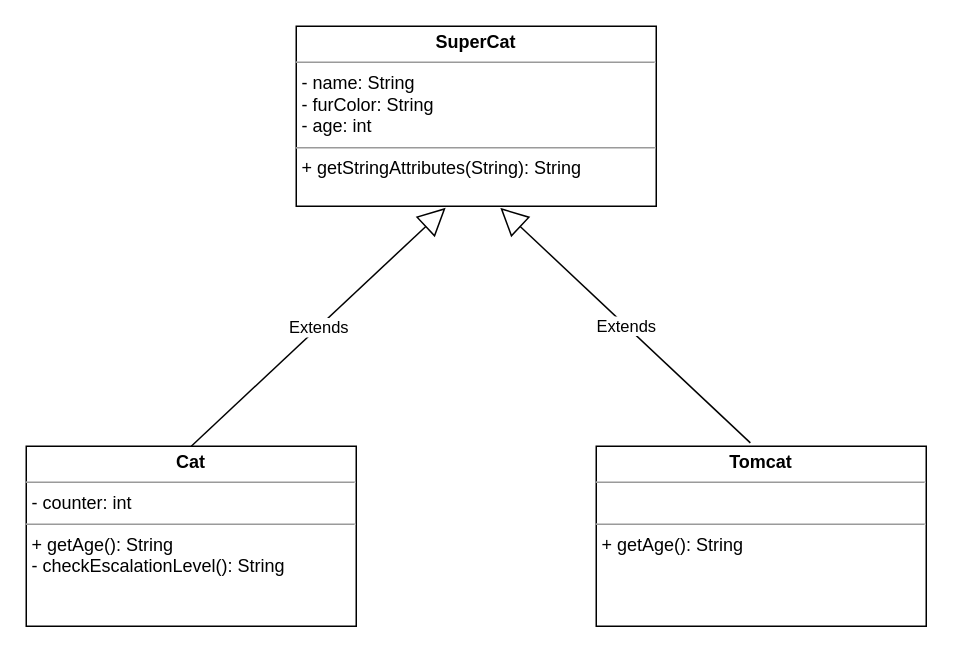
The draw.io diagram page "Cat_Tomcat_1" (4 of 6) of cat.drawio in XX3-OOP-archive/03a_Inheritance, before the edit. Source tidied: cells renumbered, new cells numbered last; positions are measured from the earlier drawing's top-left corner, leaving out a move shared by most shapes. Both pictures are drawn from the tidied source at 150%, with x=0, y=0 at pixel (26, 26).
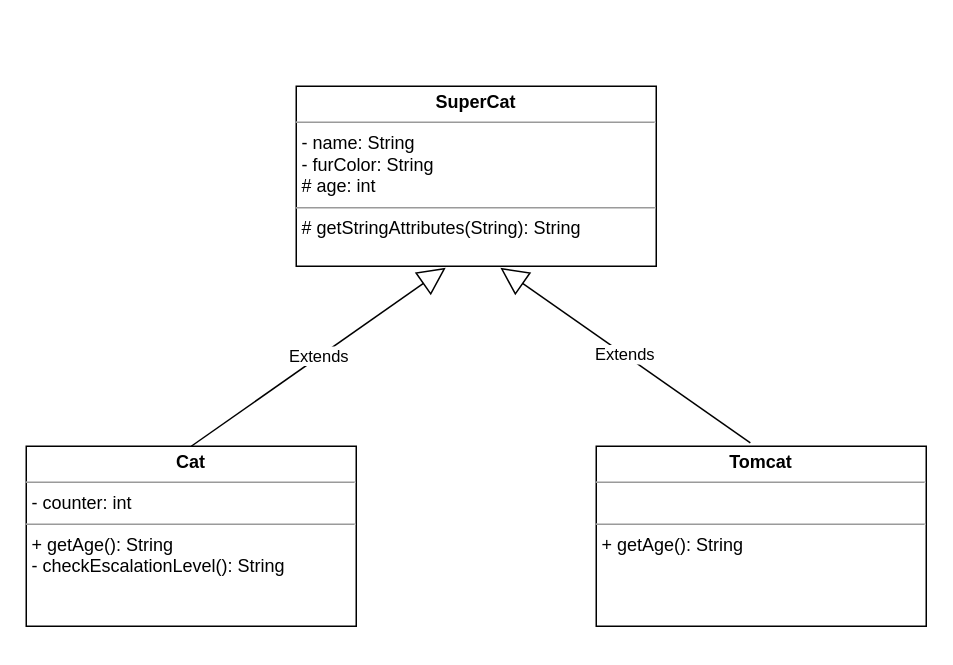
After the change.

Commit message (it also covers changes not shown here):
Cat / TonCat / SuperCat

Change to the diagram source:
```diff
@@
 <mxGraphModel>
   <root>
     <mxCell id="0" />
     <mxCell id="1" parent="0" />
     <mxCell id="2" value="&lt;p style=&quot;margin: 0px ; margin-top: 4px ; text-align: center&quot;&gt;&lt;b&gt;Cat&lt;/b&gt;&lt;/p&gt;&lt;hr size=&quot;1&quot;&gt;&lt;p style=&quot;margin: 0px ; margin-left: 4px&quot;&gt;&lt;span&gt;- counter: int&lt;/span&gt;&lt;br&gt;&lt;/p&gt;&lt;hr size=&quot;1&quot;&gt;&lt;p style=&quot;margin: 0px ; margin-left: 4px&quot;&gt;&lt;span&gt;+ getAge(): String&lt;/span&gt;&lt;br&gt;&lt;/p&gt;&lt;p style=&quot;margin: 0px ; margin-left: 4px&quot;&gt;&lt;span&gt;- checkEscalationLevel(): String&lt;/span&gt;&lt;br&gt;&lt;/p&gt;" style="verticalAlign=top;align=left;overflow=fill;fontSize=12;fontFamily=Helvetica;html=1;" parent="1" vertex="1">
       <mxGeometry y="280" width="220" height="120" as="geometry" />
     </mxCell>
     <mxCell id="3" style="edgeStyle=orthogonalEdgeStyle;rounded=0;orthogonalLoop=1;jettySize=auto;html=1;exitX=0.5;exitY=1;exitDx=0;exitDy=0;" parent="1" edge="1" source="2" target="2">
       <mxGeometry relative="1" as="geometry" />
     </mxCell>
     <mxCell id="4" value="&lt;p style=&quot;margin: 0px ; margin-top: 4px ; text-align: center&quot;&gt;&lt;b&gt;Tomcat&lt;/b&gt;&lt;/p&gt;&lt;hr size=&quot;1&quot;&gt;&lt;p style=&quot;margin: 0px ; margin-left: 4px&quot;&gt;&lt;br&gt;&lt;/p&gt;&lt;hr size=&quot;1&quot;&gt;&lt;p style=&quot;margin: 0px ; margin-left: 4px&quot;&gt;&lt;span&gt;+ getAge(): String&lt;/span&gt;&lt;br&gt;&lt;/p&gt;&lt;p style=&quot;margin: 0px ; margin-left: 4px&quot;&gt;&lt;br&gt;&lt;/p&gt;&lt;p style=&quot;margin: 0px ; margin-left: 4px&quot;&gt;&lt;br&gt;&lt;/p&gt;" style="verticalAlign=top;align=left;overflow=fill;fontSize=12;fontFamily=Helvetica;html=1;" parent="1" vertex="1">
       <mxGeometry x="380" y="280" width="220" height="120" as="geometry" />
     </mxCell>
-    <mxCell id="5" value="&lt;p style=&quot;margin: 0px ; margin-top: 4px ; text-align: center&quot;&gt;&lt;b&gt;SuperCat&lt;/b&gt;&lt;/p&gt;&lt;hr size=&quot;1&quot;&gt;&lt;p style=&quot;margin: 0px ; margin-left: 4px&quot;&gt;- name: String&lt;/p&gt;&lt;p style=&quot;margin: 0px ; margin-left: 4px&quot;&gt;- furColor: String&lt;br&gt;&lt;/p&gt;&lt;p style=&quot;margin: 0px ; margin-left: 4px&quot;&gt;- age: int&lt;/p&gt;&lt;hr size=&quot;1&quot;&gt;&lt;p style=&quot;margin: 0px ; margin-left: 4px&quot;&gt;&lt;span&gt;+ getStringAttributes(String): String&lt;/span&gt;&lt;br&gt;&lt;/p&gt;&lt;p style=&quot;margin: 0px ; margin-left: 4px&quot;&gt;&lt;br&gt;&lt;/p&gt;" style="verticalAlign=top;align=left;overflow=fill;fontSize=12;fontFamily=Helvetica;html=1;" parent="1" vertex="1">
-      <mxGeometry x="180" width="240" height="120" as="geometry" />
+    <mxCell id="5" value="&lt;p style=&quot;margin: 0px ; margin-top: 4px ; text-align: center&quot;&gt;&lt;b&gt;SuperCat&lt;/b&gt;&lt;/p&gt;&lt;hr size=&quot;1&quot;&gt;&lt;p style=&quot;margin: 0px ; margin-left: 4px&quot;&gt;- name: String&lt;/p&gt;&lt;p style=&quot;margin: 0px ; margin-left: 4px&quot;&gt;- furColor: String&lt;br&gt;&lt;/p&gt;&lt;p style=&quot;margin: 0px ; margin-left: 4px&quot;&gt;# age: int&lt;/p&gt;&lt;hr size=&quot;1&quot;&gt;&lt;p style=&quot;margin: 0px ; margin-left: 4px&quot;&gt;&lt;span&gt;# getStringAttributes(String): String&lt;/span&gt;&lt;br&gt;&lt;/p&gt;&lt;p style=&quot;margin: 0px ; margin-left: 4px&quot;&gt;&lt;br&gt;&lt;/p&gt;" style="verticalAlign=top;align=left;overflow=fill;fontSize=12;fontFamily=Helvetica;html=1;" parent="1" vertex="1">
+      <mxGeometry x="180" y="40" width="240" height="120" as="geometry" />
     </mxCell>
     <mxCell id="6" value="Extends" style="endArrow=block;endSize=16;endFill=0;html=1;entryX=0.415;entryY=1.009;entryDx=0;entryDy=0;entryPerimeter=0;exitX=0.5;exitY=0;exitDx=0;exitDy=0;" parent="1" edge="1" source="2" target="5">
       <mxGeometry relative="1" as="geometry" />
     </mxCell>
     <mxCell id="7" value="Extends" style="endArrow=block;endSize=16;endFill=0;html=1;entryX=0.567;entryY=1.009;entryDx=0;entryDy=0;entryPerimeter=0;exitX=0.467;exitY=-0.019;exitDx=0;exitDy=0;exitPerimeter=0;" parent="1" edge="1" source="4" target="5">
       <mxGeometry relative="1" as="geometry" />
     </mxCell>
   </root>
 </mxGraphModel>
```
